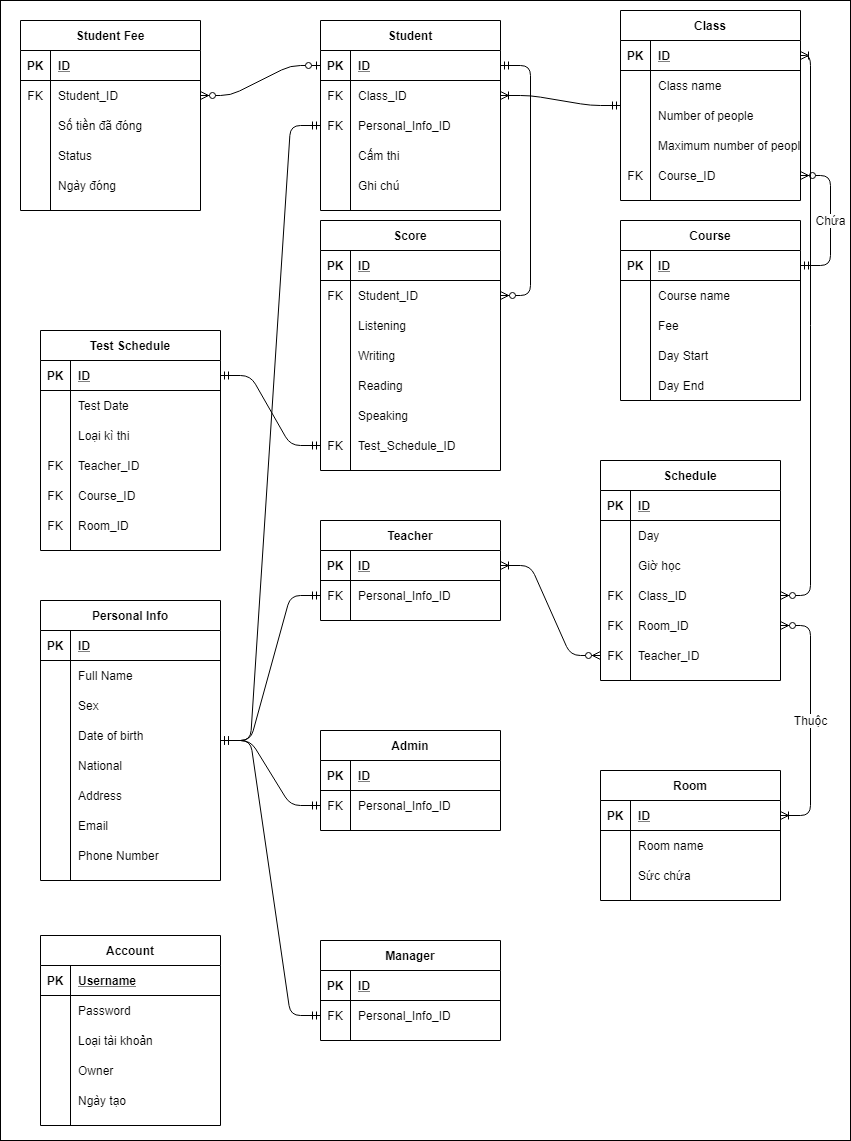
Above: ERD QlyHocVienTTAVpng-NguyenThang.png in truongthang2211/QlyHocVienTTAV (draw.io), before the change. Source tidied: cells renumbered, new cells last; positions are measured from the earlier drawing's top-left corner, leaving out a move shared by most shapes.
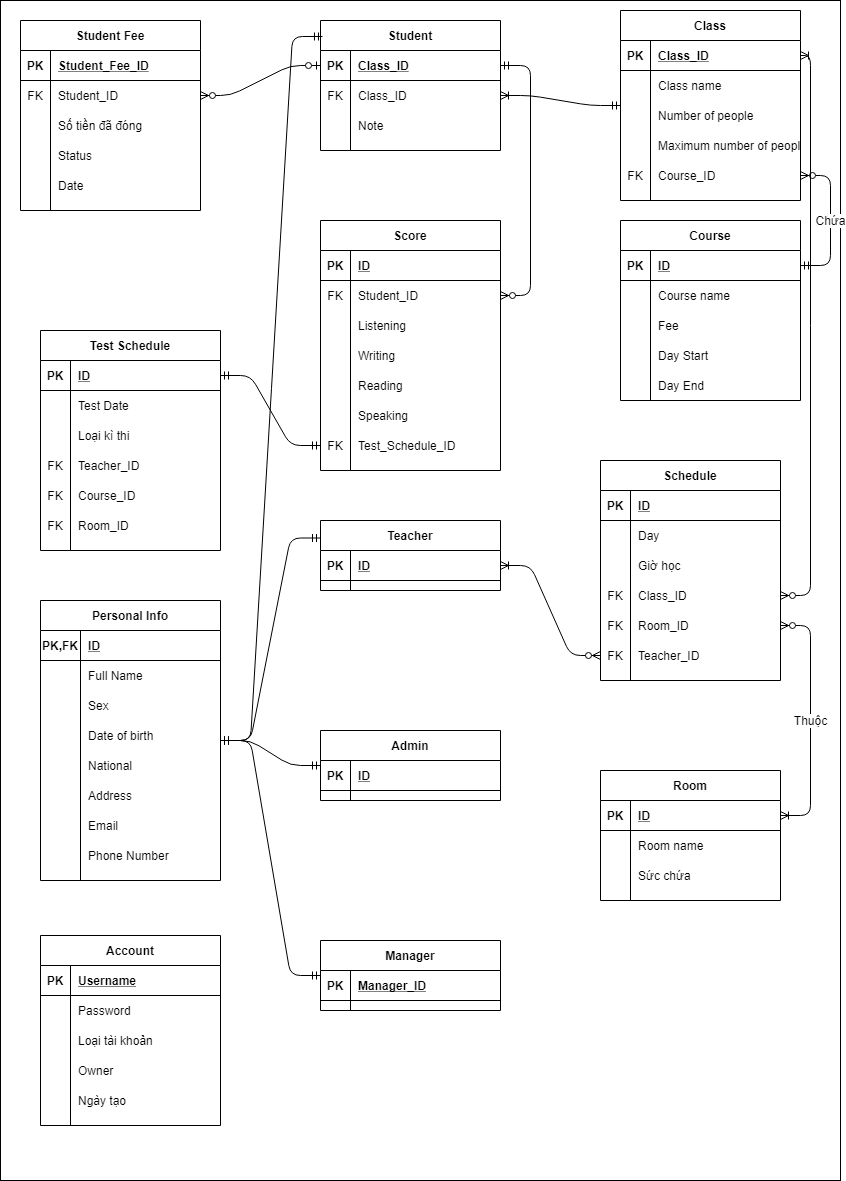
Above is the later version.

The edit, as a diff of the source:
```diff
@@ -2,11 +2,11 @@
   <root>
     <mxCell id="0" />
     <mxCell id="1" parent="0" />
-    <mxCell id="2" style="rounded=0;whiteSpace=wrap;html=1;" parent="1" vertex="1">
-      <mxGeometry width="850" height="1140" as="geometry" />
-    </mxCell>
+    <mxCell id="211" style="rounded=0;whiteSpace=wrap;html=1;" parent="1" vertex="1">
+      <mxGeometry width="840" height="1180" as="geometry" />
+    </mxCell>
     <mxCell id="3" value="Student" style="shape=table;startSize=30;rowLines=0;fontStyle=1;align=center;" parent="1" vertex="1">
-      <mxGeometry x="320" y="20" width="180" height="190" as="geometry" />
+      <mxGeometry x="320" y="20" width="180" height="130" as="geometry" />
     </mxCell>
     <mxCell id="4" style="shape=partialRectangle;fillColor=none;top=0;left=0;bottom=1;right=0;points=[[0,0.5],[1,0.5]];portConstraint=eastwest;" parent="3" vertex="1">
       <mxGeometry y="30" width="180" height="30" as="geometry" />
@@ -14,7 +14,7 @@
     <mxCell id="5" value="PK" style="shape=partialRectangle;fillColor=none;top=0;left=0;bottom=0;right=0;fontStyle=1;overflow=hidden;" parent="4" vertex="1">
       <mxGeometry width="30" height="30" as="geometry" />
     </mxCell>
-    <mxCell id="6" value="ID" style="shape=partialRectangle;fillColor=none;top=0;left=0;bottom=0;right=0;align=left;spacingLeft=6;fontStyle=5;overflow=hidden;" parent="4" vertex="1">
+    <mxCell id="6" value="Class_ID" style="shape=partialRectangle;fillColor=none;top=0;left=0;bottom=0;right=0;align=left;spacingLeft=6;fontStyle=5;overflow=hidden;" parent="4" vertex="1">
       <mxGeometry x="30" width="150" height="30" as="geometry" />
     </mxCell>
     <mxCell id="7" style="shape=partialRectangle;fillColor=none;top=0;left=0;bottom=0;right=0;points=[[0,0.5],[1,0.5]];portConstraint=eastwest;" parent="3" vertex="1">
@@ -26,35 +26,17 @@
     <mxCell id="9" value="Class_ID" style="shape=partialRectangle;fillColor=none;top=0;left=0;bottom=0;right=0;align=left;spacingLeft=6;overflow=hidden;" parent="7" vertex="1">
       <mxGeometry x="30" width="150" height="30" as="geometry" />
     </mxCell>
-    <mxCell id="10" style="shape=partialRectangle;fillColor=none;top=0;left=0;bottom=0;right=0;points=[[0,0.5],[1,0.5]];portConstraint=eastwest;" parent="3" vertex="1">
-      <mxGeometry y="90" width="180" height="30" as="geometry" />
-    </mxCell>
-    <mxCell id="11" value="FK" style="shape=partialRectangle;fillColor=none;top=0;left=0;bottom=0;right=0;overflow=hidden;" parent="10" vertex="1">
-      <mxGeometry width="30" height="30" as="geometry" />
-    </mxCell>
-    <mxCell id="12" value="Personal_Info_ID" style="shape=partialRectangle;fillColor=none;top=0;left=0;bottom=0;right=0;align=left;spacingLeft=6;overflow=hidden;" parent="10" vertex="1">
-      <mxGeometry x="30" width="150" height="30" as="geometry" />
-    </mxCell>
-    <mxCell id="13" style="shape=partialRectangle;fillColor=none;top=0;left=0;bottom=0;right=0;" parent="3" vertex="1">
-      <mxGeometry y="120" width="180" height="30" as="geometry" />
-    </mxCell>
-    <mxCell id="14" style="shape=partialRectangle;fillColor=none;top=0;left=0;bottom=0;right=0;overflow=hidden;" parent="13" vertex="1">
-      <mxGeometry width="30" height="30" as="geometry" />
-    </mxCell>
-    <mxCell id="15" value="Cấm thi" style="shape=partialRectangle;fillColor=none;top=0;left=0;bottom=0;right=0;align=left;spacingLeft=6;overflow=hidden;" parent="13" vertex="1">
-      <mxGeometry x="30" width="150" height="30" as="geometry" />
-    </mxCell>
     <mxCell id="16" style="shape=partialRectangle;fillColor=none;top=0;left=0;bottom=0;right=0;" parent="3" vertex="1">
-      <mxGeometry y="150" width="180" height="30" as="geometry" />
+      <mxGeometry y="90" width="180" height="30" as="geometry" />
     </mxCell>
     <mxCell id="17" style="shape=partialRectangle;fillColor=none;top=0;left=0;bottom=0;right=0;overflow=hidden;" parent="16" vertex="1">
       <mxGeometry width="30" height="30" as="geometry" />
     </mxCell>
-    <mxCell id="18" value="Ghi chú" style="shape=partialRectangle;fillColor=none;top=0;left=0;bottom=0;right=0;align=left;spacingLeft=6;overflow=hidden;" parent="16" vertex="1">
+    <mxCell id="18" value="Note" style="shape=partialRectangle;fillColor=none;top=0;left=0;bottom=0;right=0;align=left;spacingLeft=6;overflow=hidden;" parent="16" vertex="1">
       <mxGeometry x="30" width="150" height="30" as="geometry" />
     </mxCell>
     <mxCell id="19" value="Teacher" style="shape=table;startSize=30;rowLines=0;fontStyle=1;align=center;" parent="1" vertex="1">
-      <mxGeometry x="320" y="520" width="180" height="100" as="geometry" />
+      <mxGeometry x="320" y="520" width="180" height="70" as="geometry" />
     </mxCell>
     <mxCell id="20" style="shape=partialRectangle;fillColor=none;top=0;left=0;bottom=1;right=0;points=[[0,0.5],[1,0.5]];portConstraint=eastwest;" parent="19" vertex="1">
       <mxGeometry y="30" width="180" height="30" as="geometry" />
@@ -65,15 +47,6 @@
     <mxCell id="22" value="ID" style="shape=partialRectangle;fillColor=none;top=0;left=0;bottom=0;right=0;align=left;spacingLeft=6;fontStyle=5;overflow=hidden;" parent="20" vertex="1">
       <mxGeometry x="30" width="150" height="30" as="geometry" />
     </mxCell>
-    <mxCell id="23" style="shape=partialRectangle;fillColor=none;top=0;left=0;bottom=0;right=0;points=[[0,0.5],[1,0.5]];portConstraint=eastwest;" parent="19" vertex="1">
-      <mxGeometry y="60" width="180" height="30" as="geometry" />
-    </mxCell>
-    <mxCell id="24" value="FK" style="shape=partialRectangle;fillColor=none;top=0;left=0;bottom=0;right=0;overflow=hidden;" parent="23" vertex="1">
-      <mxGeometry width="30" height="30" as="geometry" />
-    </mxCell>
-    <mxCell id="25" value="Personal_Info_ID" style="shape=partialRectangle;fillColor=none;top=0;left=0;bottom=0;right=0;align=left;spacingLeft=6;overflow=hidden;" parent="23" vertex="1">
-      <mxGeometry x="30" width="150" height="30" as="geometry" />
-    </mxCell>
     <mxCell id="26" value="Course" style="shape=table;startSize=30;rowLines=0;fontStyle=1;align=center;" parent="1" vertex="1">
       <mxGeometry x="620" y="220" width="180" height="180" as="geometry" />
     </mxCell>
@@ -131,7 +104,7 @@
     <mxCell id="44" value="PK" style="shape=partialRectangle;fillColor=none;top=0;left=0;bottom=0;right=0;fontStyle=1;overflow=hidden;" parent="43" vertex="1">
       <mxGeometry width="30" height="30" as="geometry" />
     </mxCell>
-    <mxCell id="45" value="ID" style="shape=partialRectangle;fillColor=none;top=0;left=0;bottom=0;right=0;align=left;spacingLeft=6;fontStyle=5;overflow=hidden;" parent="43" vertex="1">
+    <mxCell id="45" value="Class_ID" style="shape=partialRectangle;fillColor=none;top=0;left=0;bottom=0;right=0;align=left;spacingLeft=6;fontStyle=5;overflow=hidden;" parent="43" vertex="1">
       <mxGeometry x="30" width="150" height="30" as="geometry" />
     </mxCell>
     <mxCell id="46" style="shape=partialRectangle;fillColor=none;top=0;left=0;bottom=0;right=0;" parent="42" vertex="1">
@@ -344,7 +317,7 @@
     <mxCell id="115" value="PK" style="shape=partialRectangle;fillColor=none;top=0;left=0;bottom=0;right=0;fontStyle=1;overflow=hidden;" parent="114" vertex="1">
       <mxGeometry width="30" height="30" as="geometry" />
     </mxCell>
-    <mxCell id="116" value="ID" style="shape=partialRectangle;fillColor=none;top=0;left=0;bottom=0;right=0;align=left;spacingLeft=6;fontStyle=5;overflow=hidden;" parent="114" vertex="1">
+    <mxCell id="116" value="Student_Fee_ID" style="shape=partialRectangle;fillColor=none;top=0;left=0;bottom=0;right=0;align=left;spacingLeft=6;fontStyle=5;overflow=hidden;" parent="114" vertex="1">
       <mxGeometry x="30" width="150" height="30" as="geometry" />
     </mxCell>
     <mxCell id="117" style="shape=partialRectangle;fillColor=none;top=0;left=0;bottom=0;right=0;points=[[0,0.5],[1,0.5]];portConstraint=eastwest;" parent="113" vertex="1">
@@ -380,7 +353,7 @@
     <mxCell id="127" style="shape=partialRectangle;fillColor=none;top=0;left=0;bottom=0;right=0;overflow=hidden;" parent="126" vertex="1">
       <mxGeometry width="30" height="30" as="geometry" />
     </mxCell>
-    <mxCell id="128" value="Ngày đóng" style="shape=partialRectangle;fillColor=none;top=0;left=0;bottom=0;right=0;align=left;spacingLeft=6;overflow=hidden;" parent="126" vertex="1">
+    <mxCell id="128" value="Date" style="shape=partialRectangle;fillColor=none;top=0;left=0;bottom=0;right=0;align=left;spacingLeft=6;overflow=hidden;" parent="126" vertex="1">
       <mxGeometry x="30" width="150" height="30" as="geometry" />
     </mxCell>
     <mxCell id="129" style="edgeStyle=entityRelationEdgeStyle;fontSize=12;html=1;endArrow=ERoneToMany;startArrow=ERmandOne;entryX=1;entryY=0.5;entryDx=0;entryDy=0;" parent="1" edge="1" source="42" target="7">
@@ -458,80 +431,80 @@
     <mxCell id="153" style="shape=partialRectangle;fillColor=none;top=0;left=0;bottom=1;right=0;" parent="152" vertex="1">
       <mxGeometry y="30" width="180" height="30" as="geometry" />
     </mxCell>
-    <mxCell id="154" value="PK" style="shape=partialRectangle;fillColor=none;top=0;left=0;bottom=0;right=0;fontStyle=1;overflow=hidden;" parent="153" vertex="1">
-      <mxGeometry width="30" height="30" as="geometry" />
+    <mxCell id="154" value="PK,FK" style="shape=partialRectangle;fillColor=none;top=0;left=0;bottom=0;right=0;fontStyle=1;overflow=hidden;" parent="153" vertex="1">
+      <mxGeometry width="40" height="30" as="geometry" />
     </mxCell>
     <mxCell id="155" value="ID" style="shape=partialRectangle;fillColor=none;top=0;left=0;bottom=0;right=0;align=left;spacingLeft=6;fontStyle=5;overflow=hidden;" parent="153" vertex="1">
-      <mxGeometry x="30" width="150" height="30" as="geometry" />
+      <mxGeometry x="40" width="140" height="30" as="geometry" />
     </mxCell>
     <mxCell id="156" style="shape=partialRectangle;fillColor=none;top=0;left=0;bottom=0;right=0;" parent="152" vertex="1">
       <mxGeometry y="60" width="180" height="30" as="geometry" />
     </mxCell>
     <mxCell id="157" style="shape=partialRectangle;fillColor=none;top=0;left=0;bottom=0;right=0;overflow=hidden;" parent="156" vertex="1">
-      <mxGeometry width="30" height="30" as="geometry" />
+      <mxGeometry width="40" height="30" as="geometry" />
     </mxCell>
     <mxCell id="158" value="Full Name" style="shape=partialRectangle;fillColor=none;top=0;left=0;bottom=0;right=0;align=left;spacingLeft=6;overflow=hidden;" parent="156" vertex="1">
-      <mxGeometry x="30" width="150" height="30" as="geometry" />
+      <mxGeometry x="40" width="140" height="30" as="geometry" />
     </mxCell>
     <mxCell id="159" style="shape=partialRectangle;fillColor=none;top=0;left=0;bottom=0;right=0;" parent="152" vertex="1">
       <mxGeometry y="90" width="180" height="30" as="geometry" />
     </mxCell>
     <mxCell id="160" style="shape=partialRectangle;fillColor=none;top=0;left=0;bottom=0;right=0;overflow=hidden;" parent="159" vertex="1">
-      <mxGeometry width="30" height="30" as="geometry" />
+      <mxGeometry width="40" height="30" as="geometry" />
     </mxCell>
     <mxCell id="161" value="Sex" style="shape=partialRectangle;fillColor=none;top=0;left=0;bottom=0;right=0;align=left;spacingLeft=6;overflow=hidden;" parent="159" vertex="1">
-      <mxGeometry x="30" width="150" height="30" as="geometry" />
+      <mxGeometry x="40" width="140" height="30" as="geometry" />
     </mxCell>
     <mxCell id="162" style="shape=partialRectangle;fillColor=none;top=0;left=0;bottom=0;right=0;" parent="152" vertex="1">
       <mxGeometry y="120" width="180" height="30" as="geometry" />
     </mxCell>
     <mxCell id="163" style="shape=partialRectangle;fillColor=none;top=0;left=0;bottom=0;right=0;overflow=hidden;" parent="162" vertex="1">
-      <mxGeometry width="30" height="30" as="geometry" />
+      <mxGeometry width="40" height="30" as="geometry" />
     </mxCell>
     <mxCell id="164" value="Date of birth" style="shape=partialRectangle;fillColor=none;top=0;left=0;bottom=0;right=0;align=left;spacingLeft=6;overflow=hidden;" parent="162" vertex="1">
-      <mxGeometry x="30" width="150" height="30" as="geometry" />
+      <mxGeometry x="40" width="140" height="30" as="geometry" />
     </mxCell>
     <mxCell id="165" style="shape=partialRectangle;fillColor=none;top=0;left=0;bottom=0;right=0;" parent="152" vertex="1">
       <mxGeometry y="150" width="180" height="30" as="geometry" />
     </mxCell>
     <mxCell id="166" style="shape=partialRectangle;fillColor=none;top=0;left=0;bottom=0;right=0;overflow=hidden;" parent="165" vertex="1">
-      <mxGeometry width="30" height="30" as="geometry" />
+      <mxGeometry width="40" height="30" as="geometry" />
     </mxCell>
     <mxCell id="167" value="National" style="shape=partialRectangle;fillColor=none;top=0;left=0;bottom=0;right=0;align=left;spacingLeft=6;overflow=hidden;" parent="165" vertex="1">
-      <mxGeometry x="30" width="150" height="30" as="geometry" />
+      <mxGeometry x="40" width="140" height="30" as="geometry" />
     </mxCell>
     <mxCell id="168" style="shape=partialRectangle;fillColor=none;top=0;left=0;bottom=0;right=0;" parent="152" vertex="1">
       <mxGeometry y="180" width="180" height="30" as="geometry" />
     </mxCell>
     <mxCell id="169" style="shape=partialRectangle;fillColor=none;top=0;left=0;bottom=0;right=0;overflow=hidden;" parent="168" vertex="1">
-      <mxGeometry width="30" height="30" as="geometry" />
+      <mxGeometry width="40" height="30" as="geometry" />
     </mxCell>
     <mxCell id="170" value="Address" style="shape=partialRectangle;fillColor=none;top=0;left=0;bottom=0;right=0;align=left;spacingLeft=6;overflow=hidden;" parent="168" vertex="1">
-      <mxGeometry x="30" width="150" height="30" as="geometry" />
+      <mxGeometry x="40" width="140" height="30" as="geometry" />
     </mxCell>
     <mxCell id="171" style="shape=partialRectangle;fillColor=none;top=0;left=0;bottom=0;right=0;" parent="152" vertex="1">
       <mxGeometry y="210" width="180" height="30" as="geometry" />
     </mxCell>
     <mxCell id="172" style="shape=partialRectangle;fillColor=none;top=0;left=0;bottom=0;right=0;overflow=hidden;" parent="171" vertex="1">
-      <mxGeometry width="30" height="30" as="geometry" />
+      <mxGeometry width="40" height="30" as="geometry" />
     </mxCell>
     <mxCell id="173" value="Email" style="shape=partialRectangle;fillColor=none;top=0;left=0;bottom=0;right=0;align=left;spacingLeft=6;overflow=hidden;" parent="171" vertex="1">
-      <mxGeometry x="30" width="150" height="30" as="geometry" />
+      <mxGeometry x="40" width="140" height="30" as="geometry" />
     </mxCell>
     <mxCell id="174" style="shape=partialRectangle;fillColor=none;top=0;left=0;bottom=0;right=0;" parent="152" vertex="1">
       <mxGeometry y="240" width="180" height="30" as="geometry" />
     </mxCell>
     <mxCell id="175" style="shape=partialRectangle;fillColor=none;top=0;left=0;bottom=0;right=0;overflow=hidden;" parent="174" vertex="1">
-      <mxGeometry width="30" height="30" as="geometry" />
+      <mxGeometry width="40" height="30" as="geometry" />
     </mxCell>
     <mxCell id="176" value="Phone Number" style="shape=partialRectangle;fillColor=none;top=0;left=0;bottom=0;right=0;align=left;spacingLeft=6;overflow=hidden;" parent="174" vertex="1">
-      <mxGeometry x="30" width="150" height="30" as="geometry" />
+      <mxGeometry x="40" width="140" height="30" as="geometry" />
     </mxCell>
-    <mxCell id="177" style="edgeStyle=entityRelationEdgeStyle;fontSize=12;html=1;endArrow=ERmandOne;startArrow=ERmandOne;exitX=0;exitY=0.5;exitDx=0;exitDy=0;" parent="1" edge="1" source="10" target="152">
+    <mxCell id="177" style="edgeStyle=entityRelationEdgeStyle;fontSize=12;html=1;endArrow=ERmandOne;startArrow=ERmandOne;exitX=0.011;exitY=0.123;exitDx=0;exitDy=0;exitPerimeter=0;" parent="1" edge="1" source="3" target="152">
       <mxGeometry relative="1" as="geometry" />
     </mxCell>
     <mxCell id="178" value="Admin" style="shape=table;startSize=30;rowLines=0;fontStyle=1;align=center;" parent="1" vertex="1">
-      <mxGeometry x="320" y="730" width="180" height="100" as="geometry" />
+      <mxGeometry x="320" y="730" width="180" height="70" as="geometry" />
     </mxCell>
     <mxCell id="179" style="shape=partialRectangle;fillColor=none;top=0;left=0;bottom=1;right=0;" parent="178" vertex="1">
       <mxGeometry y="30" width="180" height="30" as="geometry" />
@@ -542,23 +515,14 @@
     <mxCell id="181" value="ID" style="shape=partialRectangle;fillColor=none;top=0;left=0;bottom=0;right=0;align=left;spacingLeft=6;fontStyle=5;overflow=hidden;" parent="179" vertex="1">
       <mxGeometry x="30" width="150" height="30" as="geometry" />
     </mxCell>
-    <mxCell id="182" style="shape=partialRectangle;fillColor=none;top=0;left=0;bottom=0;right=0;points=[[0,0.5],[1,0.5]];portConstraint=eastwest;" parent="178" vertex="1">
-      <mxGeometry y="60" width="180" height="30" as="geometry" />
-    </mxCell>
-    <mxCell id="183" value="FK" style="shape=partialRectangle;fillColor=none;top=0;left=0;bottom=0;right=0;overflow=hidden;" parent="182" vertex="1">
-      <mxGeometry width="30" height="30" as="geometry" />
-    </mxCell>
-    <mxCell id="184" value="Personal_Info_ID" style="shape=partialRectangle;fillColor=none;top=0;left=0;bottom=0;right=0;align=left;spacingLeft=6;overflow=hidden;" parent="182" vertex="1">
-      <mxGeometry x="30" width="150" height="30" as="geometry" />
-    </mxCell>
-    <mxCell id="185" style="edgeStyle=entityRelationEdgeStyle;fontSize=12;html=1;endArrow=ERmandOne;startArrow=ERmandOne;entryX=0;entryY=0.5;entryDx=0;entryDy=0;" parent="1" edge="1" source="152" target="23">
+    <mxCell id="185" style="edgeStyle=entityRelationEdgeStyle;fontSize=12;html=1;endArrow=ERmandOne;startArrow=ERmandOne;entryX=0;entryY=0.25;entryDx=0;entryDy=0;" parent="1" edge="1" source="152" target="19">
       <mxGeometry relative="1" as="geometry" />
     </mxCell>
-    <mxCell id="186" style="edgeStyle=entityRelationEdgeStyle;fontSize=12;html=1;endArrow=ERmandOne;startArrow=ERmandOne;entryX=0;entryY=0.5;entryDx=0;entryDy=0;" parent="1" edge="1" source="152" target="182">
+    <mxCell id="186" style="edgeStyle=entityRelationEdgeStyle;fontSize=12;html=1;endArrow=ERmandOne;startArrow=ERmandOne;" parent="1" edge="1" source="152" target="178">
       <mxGeometry relative="1" as="geometry" />
     </mxCell>
     <mxCell id="187" value="Manager" style="shape=table;startSize=30;rowLines=0;fontStyle=1;align=center;" parent="1" vertex="1">
-      <mxGeometry x="320" y="940" width="180" height="100" as="geometry" />
+      <mxGeometry x="320" y="940" width="180" height="70" as="geometry" />
     </mxCell>
     <mxCell id="188" style="shape=partialRectangle;fillColor=none;top=0;left=0;bottom=1;right=0;" parent="187" vertex="1">
       <mxGeometry y="30" width="180" height="30" as="geometry" />
@@ -566,18 +530,9 @@
     <mxCell id="189" value="PK" style="shape=partialRectangle;fillColor=none;top=0;left=0;bottom=0;right=0;fontStyle=1;overflow=hidden;" parent="188" vertex="1">
       <mxGeometry width="30" height="30" as="geometry" />
     </mxCell>
-    <mxCell id="190" value="ID" style="shape=partialRectangle;fillColor=none;top=0;left=0;bottom=0;right=0;align=left;spacingLeft=6;fontStyle=5;overflow=hidden;" parent="188" vertex="1">
+    <mxCell id="190" value="Manager_ID" style="shape=partialRectangle;fillColor=none;top=0;left=0;bottom=0;right=0;align=left;spacingLeft=6;fontStyle=5;overflow=hidden;" parent="188" vertex="1">
       <mxGeometry x="30" width="150" height="30" as="geometry" />
     </mxCell>
-    <mxCell id="191" style="shape=partialRectangle;fillColor=none;top=0;left=0;bottom=0;right=0;points=[[0,0.5],[1,0.5]];portConstraint=eastwest;" parent="187" vertex="1">
-      <mxGeometry y="60" width="180" height="30" as="geometry" />
-    </mxCell>
-    <mxCell id="192" value="FK" style="shape=partialRectangle;fillColor=none;top=0;left=0;bottom=0;right=0;overflow=hidden;" parent="191" vertex="1">
-      <mxGeometry width="30" height="30" as="geometry" />
-    </mxCell>
-    <mxCell id="193" value="Personal_Info_ID" style="shape=partialRectangle;fillColor=none;top=0;left=0;bottom=0;right=0;align=left;spacingLeft=6;overflow=hidden;" parent="191" vertex="1">
-      <mxGeometry x="30" width="150" height="30" as="geometry" />
-    </mxCell>
     <mxCell id="194" value="Account" style="shape=table;startSize=30;rowLines=0;fontStyle=1;align=center;" parent="1" vertex="1">
       <mxGeometry x="40" y="935" width="180" height="190" as="geometry" />
     </mxCell>
@@ -626,7 +581,7 @@
     <mxCell id="209" value="Ngày tạo" style="shape=partialRectangle;fillColor=none;top=0;left=0;bottom=0;right=0;align=left;spacingLeft=6;overflow=hidden;" parent="207" vertex="1">
       <mxGeometry x="30" width="150" height="30" as="geometry" />
     </mxCell>
-    <mxCell id="210" style="edgeStyle=entityRelationEdgeStyle;fontSize=12;html=1;endArrow=ERmandOne;startArrow=ERmandOne;" parent="1" edge="1" source="152" target="191">
+    <mxCell id="210" style="edgeStyle=entityRelationEdgeStyle;fontSize=12;html=1;endArrow=ERmandOne;startArrow=ERmandOne;" parent="1" edge="1" source="152" target="187">
       <mxGeometry relative="1" as="geometry" />
     </mxCell>
   </root>
```
